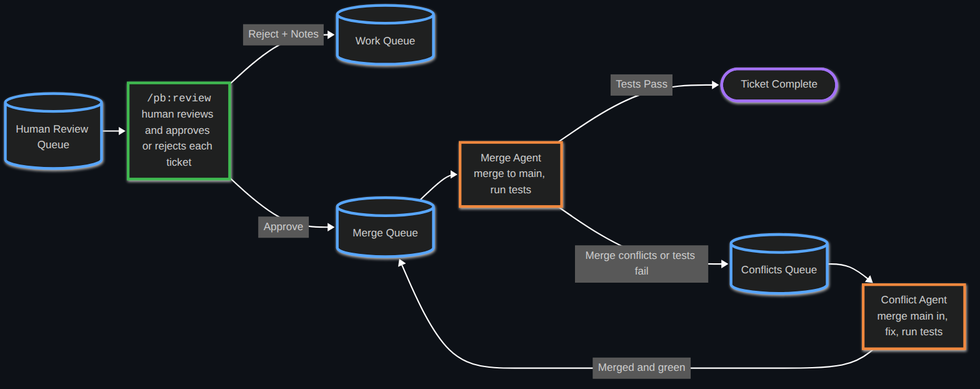
ashleydavis/playbook keeps this Mermaid diagram as images/handbook/pipeline-human-review.png. Above is the earlier version. Its source is kept beside it as images/handbook/pipeline-human-review.mmd. Its diagram source:
```mermaid
%%{init: {'layout': 'dagre', 'flowchart': {'nodeSpacing': 200, 'rankSpacing': 40}, 'themeVariables': {'lineColor': '#ffffff'}, 'themeCSS': '.edgeLabel p { padding: 4px 8px; }'}}%%
flowchart LR
    HR[("Human Review Queue")] --> VIEW

    VIEW["<span style='font-family:monospace'>/pb:review</span><br/>human reviews and approves or rejects each ticket"]

    VIEW -->|Reject + Notes| WQ[("Work Queue")]
    VIEW -->|Approve| MQ[("Merge Queue")]
    MQ --> MA["Merge Agent<br/>merge to main, run tests"]
    MA -->|Tests Pass| DONE(["Ticket Complete"])
    MA -->|"Merge conflicts or tests fail"| CQ[("Conflicts Queue")]
    CQ --> CA["Conflict Agent<br/>merge main in, fix, run tests"]
    CA -->|"Merged and green"| MQ
    classDef queue stroke:#58a6ff,stroke-width:4px
    class HR,WQ,MQ,CQ queue
    classDef human stroke:#3fb950,stroke-width:4px
    classDef agent stroke:#f0883e,stroke-width:4px
    class VIEW human
    class MA,CA agent
    classDef done stroke:#a371f7,stroke-width:4px
    class DONE done
    linkStyle default stroke:#ffffff,stroke-width:2px
```
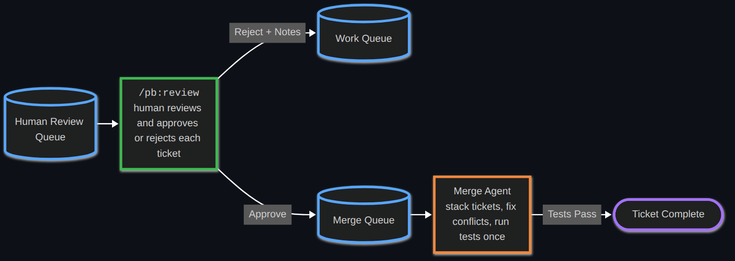
After the change.

What changed in the source:
```diff
@@ -6,17 +6,14 @@
 
     VIEW -->|Reject + Notes| WQ[("Work Queue")]
     VIEW -->|Approve| MQ[("Merge Queue")]
-    MQ --> MA["Merge Agent<br/>merge to main, run tests"]
+    MQ --> MA["Merge Agent<br/>stack tickets, fix conflicts, run tests once"]
     MA -->|Tests Pass| DONE(["Ticket Complete"])
-    MA -->|"Merge conflicts or tests fail"| CQ[("Conflicts Queue")]
-    CQ --> CA["Conflict Agent<br/>merge main in, fix, run tests"]
-    CA -->|"Merged and green"| MQ
     classDef queue stroke:#58a6ff,stroke-width:4px
-    class HR,WQ,MQ,CQ queue
+    class HR,WQ,MQ queue
     classDef human stroke:#3fb950,stroke-width:4px
     classDef agent stroke:#f0883e,stroke-width:4px
     class VIEW human
-    class MA,CA agent
+    class MA agent
     classDef done stroke:#a371f7,stroke-width:4px
     class DONE done
     linkStyle default stroke:#ffffff,stroke-width:2px
```
